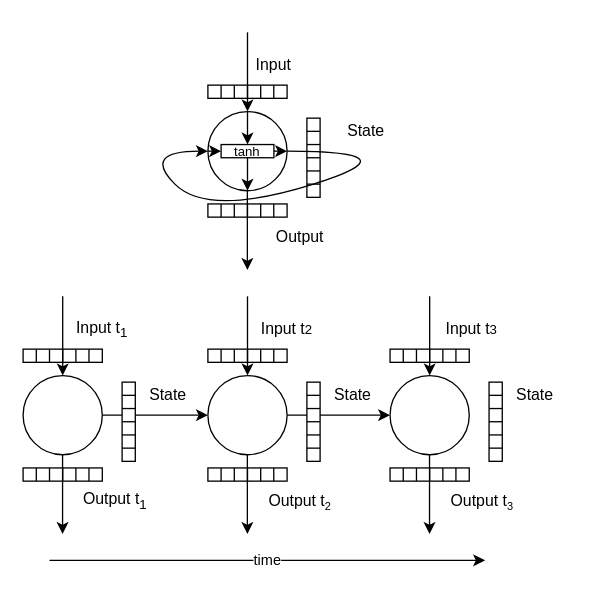
This is text/Figures/RNN.drawio from Tomas-Barhon/Noise-reduction-and-feature-extraction-with-principal-component-analysis, a draw.io file, before an edit. Source tidied: cells renumbered, new cells numbered last; positions are measured from the earlier drawing's top-left corner, leaving out a move shared by most shapes. Both pictures are drawn from the tidied source at 132%, with x=0, y=0 at pixel (22, 32).
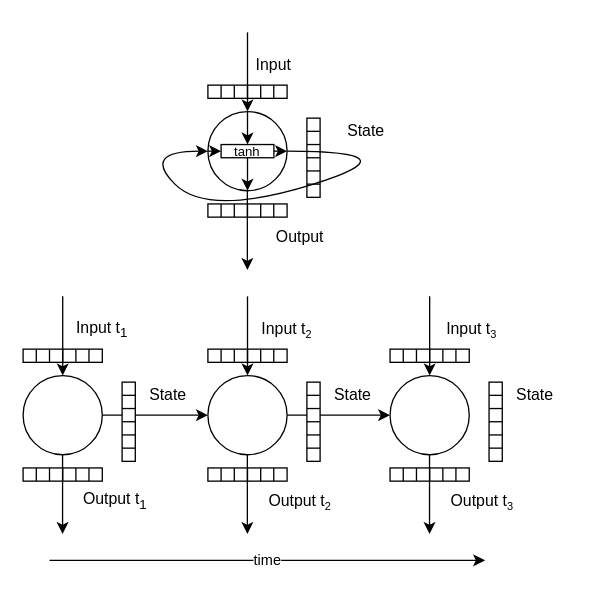
After the change.

What changed in the source:
```diff
@@
-    <mxCell id="86" value="Input t&lt;span style=&quot;font-size: 10px;&quot;&gt;2&lt;/span&gt;" style="text;html=1;align=center;verticalAlign=middle;whiteSpace=wrap;rounded=0;" parent="1" vertex="1">
+    <mxCell id="86" value="Input t&lt;span style=&quot;font-size: 10px;&quot;&gt;&lt;sub&gt;2&lt;/sub&gt;&lt;/span&gt;" style="text;html=1;align=center;verticalAlign=middle;whiteSpace=wrap;rounded=0;" parent="1" vertex="1">
       <mxGeometry x="170" y="210" width="60" height="30" as="geometry" />
     </mxCell>
@@
-    <mxCell id="113" value="Input t&lt;span style=&quot;font-size: 10px;&quot;&gt;3&lt;/span&gt;" style="text;html=1;align=center;verticalAlign=middle;whiteSpace=wrap;rounded=0;" parent="1" vertex="1">
+    <mxCell id="113" value="Input t&lt;span style=&quot;font-size: 10px;&quot;&gt;&lt;sub&gt;3&lt;/sub&gt;&lt;/span&gt;" style="text;html=1;align=center;verticalAlign=middle;whiteSpace=wrap;rounded=0;" parent="1" vertex="1">
       <mxGeometry x="310" y="210" width="60" height="30" as="geometry" />
     </mxCell>
```
